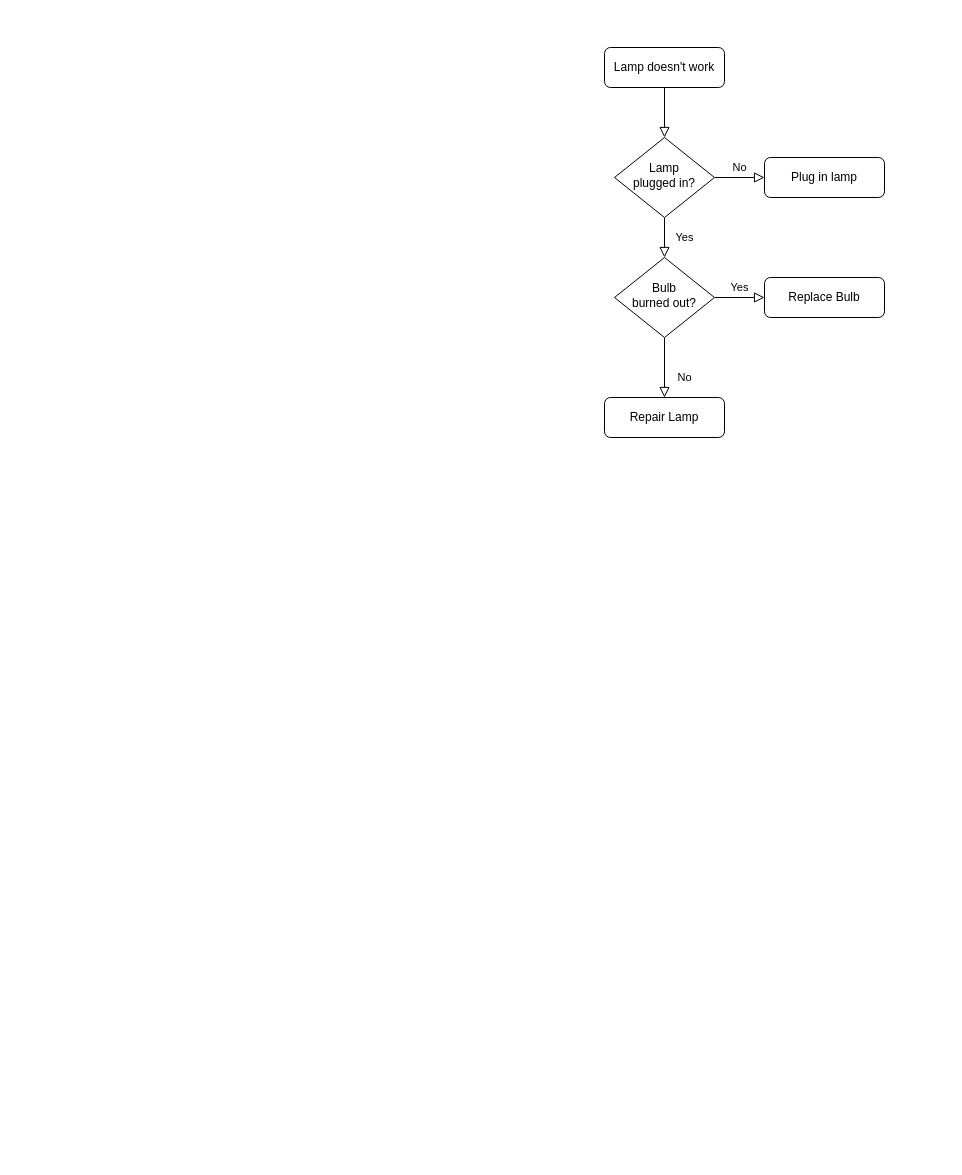
juan22xT/TEA keeps this draw.io diagram as Diagrama sin título.drawio. Above is the earlier version. Source tidied: cells renumbered, new cells numbered last; positions are measured from the earlier drawing's top-left corner, leaving out a move shared by most shapes. Both pictures are drawn from the tidied source at 100%, with x=0, y=0 at pixel (604, 47).
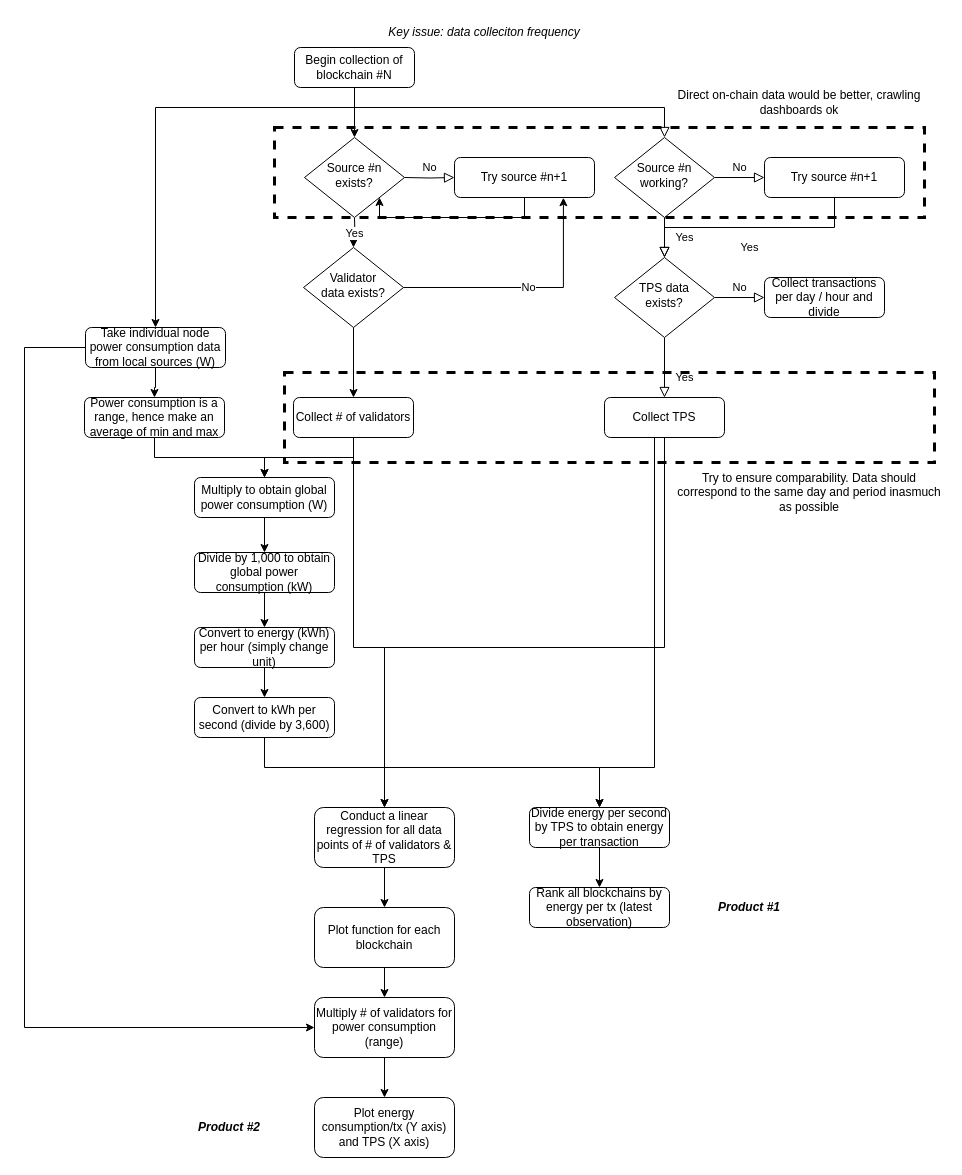
After the change.

Diff of the diagram source:
```diff
@@
     <mxCell id="2" style="rounded=0;html=1;jettySize=auto;fontSize=11;endArrow=block;endFill=0;endSize=8;strokeWidth=1;shadow=0;labelBackgroundColor=none;edgeStyle=orthogonalEdgeStyle;" parent="1" edge="1" source="3" target="6">
-      <mxGeometry relative="1" as="geometry" />
+      <mxGeometry relative="1" as="geometry">
+        <Array as="points">
+          <mxPoint x="-250" y="60" />
+          <mxPoint x="60" y="60" />
+        </Array>
+      </mxGeometry>
     </mxCell>
+    <mxCell id="13" style="edgeStyle=orthogonalEdgeStyle;rounded=0;jettySize=auto;html=1;" parent="1" edge="1" source="3" target="19">
+      <mxGeometry relative="1" as="geometry" />
+    </mxCell>
+    <mxCell id="14" style="edgeStyle=orthogonalEdgeStyle;rounded=0;jettySize=auto;html=1;" parent="1" edge="1" source="3" target="25">
+      <mxGeometry relative="1" as="geometry">
+        <Array as="points">
+          <mxPoint x="-250" y="60" />
+          <mxPoint x="-449" y="60" />
+        </Array>
+      </mxGeometry>
+    </mxCell>
-    <mxCell id="3" value="Lamp doesn't work" style="rounded=1;whiteSpace=wrap;html=1;fontSize=12;glass=0;strokeWidth=1;shadow=0;" parent="1" vertex="1">
-      <mxGeometry width="120" height="40" as="geometry" />
+    <mxCell id="3" value="Begin collection of blockchain #N" style="rounded=1;whiteSpace=wrap;html=1;fontSize=12;glass=0;strokeWidth=1;shadow=0;" parent="1" vertex="1">
+      <mxGeometry x="-310" width="120" height="40" as="geometry" />
     </mxCell>
@@
-    <mxCell id="6" value="Lamp&lt;br&gt;plugged in?" style="rhombus;whiteSpace=wrap;html=1;shadow=0;fontFamily=Helvetica;fontSize=12;align=center;strokeWidth=1;spacing=6;spacingTop=-4;" parent="1" vertex="1">
+    <mxCell id="6" value="Source #n working?" style="rhombus;whiteSpace=wrap;html=1;shadow=0;fontFamily=Helvetica;fontSize=12;align=center;strokeWidth=1;spacing=6;spacingTop=-4;" parent="1" vertex="1">
       <mxGeometry x="10" y="90" width="100" height="80" as="geometry" />
     </mxCell>
-    <mxCell id="7" value="Plug in lamp" style="rounded=1;whiteSpace=wrap;html=1;fontSize=12;glass=0;strokeWidth=1;shadow=0;" parent="1" vertex="1">
-      <mxGeometry x="160" y="110" width="120" height="40" as="geometry" />
+    <mxCell id="7" value="Try source #n+1" style="rounded=1;whiteSpace=wrap;html=1;fontSize=12;glass=0;strokeWidth=1;shadow=0;" parent="1" vertex="1">
+      <mxGeometry x="160" y="110" width="140" height="40" as="geometry" />
     </mxCell>
-    <mxCell id="8" value="No" style="rounded=0;html=1;jettySize=auto;fontSize=11;endArrow=block;endFill=0;endSize=8;strokeWidth=1;shadow=0;labelBackgroundColor=none;edgeStyle=orthogonalEdgeStyle;" parent="1" edge="1" source="10" target="11">
+    <mxCell id="8" value="Yes" style="rounded=0;html=1;jettySize=auto;fontSize=11;endArrow=block;endFill=0;endSize=8;strokeWidth=1;shadow=0;labelBackgroundColor=none;edgeStyle=orthogonalEdgeStyle;" parent="1" edge="1" source="10" target="11">
       <mxGeometry x="0.33" y="20" relative="1" as="geometry" />
     </mxCell>
-    <mxCell id="9" value="Yes" style="edgeStyle=orthogonalEdgeStyle;rounded=0;html=1;jettySize=auto;fontSize=11;endArrow=block;endFill=0;endSize=8;strokeWidth=1;shadow=0;labelBackgroundColor=none;" parent="1" edge="1" source="10" target="12">
+    <mxCell id="9" value="No" style="edgeStyle=orthogonalEdgeStyle;rounded=0;html=1;jettySize=auto;fontSize=11;endArrow=block;endFill=0;endSize=8;strokeWidth=1;shadow=0;labelBackgroundColor=none;" parent="1" edge="1" source="10" target="12">
       <mxGeometry y="10" relative="1" as="geometry" />
     </mxCell>
-    <mxCell id="10" value="Bulb&lt;br&gt;burned out?" style="rhombus;whiteSpace=wrap;html=1;shadow=0;fontFamily=Helvetica;fontSize=12;align=center;strokeWidth=1;spacing=6;spacingTop=-4;" parent="1" vertex="1">
+    <mxCell id="10" value="TPS data exists?" style="rhombus;whiteSpace=wrap;html=1;shadow=0;fontFamily=Helvetica;fontSize=12;align=center;strokeWidth=1;spacing=6;spacingTop=-4;" parent="1" vertex="1">
       <mxGeometry x="10" y="210" width="100" height="80" as="geometry" />
     </mxCell>
+    <mxCell id="15" style="edgeStyle=orthogonalEdgeStyle;rounded=0;jettySize=auto;html=1;entryX=0.5;entryY=0;entryDx=0;entryDy=0;" parent="1" edge="1" source="11" target="42">
+      <mxGeometry relative="1" as="geometry">
+        <Array as="points">
+          <mxPoint x="50" y="720" />
+          <mxPoint x="-5" y="720" />
+        </Array>
+      </mxGeometry>
+    </mxCell>
+    <mxCell id="16" style="edgeStyle=orthogonalEdgeStyle;rounded=0;jettySize=auto;html=1;" parent="1" edge="1" source="11" target="48">
+      <mxGeometry relative="1" as="geometry">
+        <Array as="points">
+          <mxPoint x="60" y="600" />
+          <mxPoint x="-220" y="600" />
+        </Array>
+      </mxGeometry>
+    </mxCell>
-    <mxCell id="11" value="Repair Lamp" style="rounded=1;whiteSpace=wrap;html=1;fontSize=12;glass=0;strokeWidth=1;shadow=0;" parent="1" vertex="1">
+    <mxCell id="11" value="Collect TPS" style="rounded=1;whiteSpace=wrap;html=1;fontSize=12;glass=0;strokeWidth=1;shadow=0;" parent="1" vertex="1">
       <mxGeometry y="350" width="120" height="40" as="geometry" />
     </mxCell>
-    <mxCell id="12" value="Replace Bulb" style="rounded=1;whiteSpace=wrap;html=1;fontSize=12;glass=0;strokeWidth=1;shadow=0;" parent="1" vertex="1">
+    <mxCell id="12" value="Collect transactions per day / hour and divide" style="rounded=1;whiteSpace=wrap;html=1;fontSize=12;glass=0;strokeWidth=1;shadow=0;" parent="1" vertex="1">
       <mxGeometry x="160" y="230" width="120" height="40" as="geometry" />
     </mxCell>
+    <mxCell id="17" value="No" style="edgeStyle=orthogonalEdgeStyle;rounded=0;html=1;jettySize=auto;fontSize=11;endArrow=block;endFill=0;endSize=8;strokeWidth=1;shadow=0;labelBackgroundColor=none;" parent="1" edge="1" target="21">
+      <mxGeometry y="10" relative="1" as="geometry">
+        <mxPoint x="-200" y="130" as="sourcePoint" />
+      </mxGeometry>
+    </mxCell>
+    <mxCell id="18" value="Yes" style="edgeStyle=orthogonalEdgeStyle;rounded=0;jettySize=auto;html=1;" parent="1" edge="1" target="29">
+      <mxGeometry relative="1" as="geometry">
+        <mxPoint x="-250" y="170" as="sourcePoint" />
+      </mxGeometry>
+    </mxCell>
+    <mxCell id="19" value="Source #n exists?" style="rhombus;whiteSpace=wrap;html=1;shadow=0;fontFamily=Helvetica;fontSize=12;align=center;strokeWidth=1;spacing=6;spacingTop=-4;" parent="1" vertex="1">
+      <mxGeometry x="-300" y="90" width="100" height="80" as="geometry" />
+    </mxCell>
+    <mxCell id="20" style="edgeStyle=orthogonalEdgeStyle;rounded=0;jettySize=auto;html=1;entryX=1;entryY=1;entryDx=0;entryDy=0;" parent="1" edge="1" source="21" target="19">
+      <mxGeometry relative="1" as="geometry">
+        <Array as="points">
+          <mxPoint x="-80" y="170" />
+          <mxPoint x="-225" y="170" />
+        </Array>
+      </mxGeometry>
+    </mxCell>
+    <mxCell id="21" value="Try source #n+1" style="rounded=1;whiteSpace=wrap;html=1;fontSize=12;glass=0;strokeWidth=1;shadow=0;" parent="1" vertex="1">
+      <mxGeometry x="-150" y="110" width="140" height="40" as="geometry" />
+    </mxCell>
+    <mxCell id="22" style="edgeStyle=orthogonalEdgeStyle;rounded=0;jettySize=auto;html=1;exitX=0.5;exitY=1;exitDx=0;exitDy=0;" parent="1" edge="1" source="50" target="34">
+      <mxGeometry relative="1" as="geometry" />
+    </mxCell>
+    <mxCell id="23" style="edgeStyle=orthogonalEdgeStyle;rounded=0;jettySize=auto;html=1;" parent="1" edge="1" source="25" target="50">
+      <mxGeometry relative="1" as="geometry" />
+    </mxCell>
+    <mxCell id="24" style="edgeStyle=orthogonalEdgeStyle;rounded=0;jettySize=auto;html=1;entryX=0;entryY=0.5;entryDx=0;entryDy=0;" parent="1" edge="1" source="25" target="55">
+      <mxGeometry relative="1" as="geometry">
+        <Array as="points">
+          <mxPoint x="-580" y="300" />
+          <mxPoint x="-580" y="980" />
+        </Array>
+      </mxGeometry>
+    </mxCell>
+    <mxCell id="25" value="Take individual node power consumption data from local sources (W)" style="rounded=1;whiteSpace=wrap;html=1;fontSize=12;glass=0;strokeWidth=1;shadow=0;" parent="1" vertex="1">
+      <mxGeometry x="-519" y="280" width="140" height="40" as="geometry" />
+    </mxCell>
+    <mxCell id="26" value="Yes" style="rounded=0;html=1;jettySize=auto;fontSize=11;endArrow=block;endFill=0;endSize=8;strokeWidth=1;shadow=0;labelBackgroundColor=none;edgeStyle=orthogonalEdgeStyle;exitX=0.5;exitY=1;exitDx=0;exitDy=0;entryX=0.5;entryY=0;entryDx=0;entryDy=0;" parent="1" edge="1" source="7" target="10">
+      <mxGeometry y="20" relative="1" as="geometry" />
+    </mxCell>
+    <mxCell id="27" value="No" style="edgeStyle=orthogonalEdgeStyle;rounded=0;jettySize=auto;html=1;entryX=0.778;entryY=1.006;entryDx=0;entryDy=0;entryPerimeter=0;" parent="1" edge="1" source="29" target="21">
+      <mxGeometry relative="1" as="geometry" />
+    </mxCell>
+    <mxCell id="28" style="edgeStyle=orthogonalEdgeStyle;rounded=0;jettySize=auto;html=1;" parent="1" edge="1" source="29" target="32">
+      <mxGeometry relative="1" as="geometry" />
+    </mxCell>
+    <mxCell id="29" value="Validator&lt;br&gt;data exists?" style="rhombus;whiteSpace=wrap;html=1;shadow=0;fontFamily=Helvetica;fontSize=12;align=center;strokeWidth=1;spacing=6;spacingTop=-4;" parent="1" vertex="1">
+      <mxGeometry x="-301" y="200" width="100" height="80" as="geometry" />
+    </mxCell>
+    <mxCell id="30" style="edgeStyle=orthogonalEdgeStyle;rounded=0;jettySize=auto;html=1;" parent="1" edge="1" source="32" target="34">
+      <mxGeometry relative="1" as="geometry" />
+    </mxCell>
+    <mxCell id="31" style="edgeStyle=orthogonalEdgeStyle;rounded=0;jettySize=auto;html=1;" parent="1" edge="1" source="32" target="48">
+      <mxGeometry relative="1" as="geometry">
+        <Array as="points">
+          <mxPoint x="-251" y="600" />
+          <mxPoint x="-220" y="600" />
+        </Array>
+      </mxGeometry>
+    </mxCell>
+    <mxCell id="32" value="Collect # of validators" style="rounded=1;whiteSpace=wrap;html=1;fontSize=12;glass=0;strokeWidth=1;shadow=0;" parent="1" vertex="1">
+      <mxGeometry x="-311" y="350" width="120" height="40" as="geometry" />
+    </mxCell>
+    <mxCell id="33" style="edgeStyle=orthogonalEdgeStyle;rounded=0;jettySize=auto;html=1;" parent="1" edge="1" source="34" target="36">
+      <mxGeometry relative="1" as="geometry" />
+    </mxCell>
+    <mxCell id="34" value="Multiply to obtain global power consumption (W)" style="rounded=1;whiteSpace=wrap;html=1;fontSize=12;glass=0;strokeWidth=1;shadow=0;" parent="1" vertex="1">
+      <mxGeometry x="-410" y="430" width="140" height="40" as="geometry" />
+    </mxCell>
+    <mxCell id="35" style="edgeStyle=orthogonalEdgeStyle;rounded=0;jettySize=auto;html=1;" parent="1" edge="1" source="36" target="38">
+      <mxGeometry relative="1" as="geometry" />
+    </mxCell>
+    <mxCell id="36" value="Divide by 1,000 to obtain global power consumption (kW)" style="rounded=1;whiteSpace=wrap;html=1;fontSize=12;glass=0;strokeWidth=1;shadow=0;" parent="1" vertex="1">
+      <mxGeometry x="-410" y="505" width="140" height="40" as="geometry" />
+    </mxCell>
+    <mxCell id="37" style="edgeStyle=orthogonalEdgeStyle;rounded=0;jettySize=auto;html=1;" parent="1" edge="1" source="38" target="40">
+      <mxGeometry relative="1" as="geometry" />
+    </mxCell>
+    <mxCell id="38" value="Convert to energy (kWh) per hour (simply change unit)" style="rounded=1;whiteSpace=wrap;html=1;fontSize=12;glass=0;strokeWidth=1;shadow=0;" parent="1" vertex="1">
+      <mxGeometry x="-410" y="580" width="140" height="40" as="geometry" />
+    </mxCell>
+    <mxCell id="39" style="edgeStyle=orthogonalEdgeStyle;rounded=0;jettySize=auto;html=1;entryX=0.5;entryY=0;entryDx=0;entryDy=0;" parent="1" edge="1" source="40" target="42">
+      <mxGeometry relative="1" as="geometry">
+        <Array as="points">
+          <mxPoint x="-340" y="720" />
+          <mxPoint x="-5" y="720" />
+        </Array>
+      </mxGeometry>
+    </mxCell>
+    <mxCell id="40" value="Convert to kWh per second (divide by 3,600)" style="rounded=1;whiteSpace=wrap;html=1;fontSize=12;glass=0;strokeWidth=1;shadow=0;" parent="1" vertex="1">
+      <mxGeometry x="-410" y="650" width="140" height="40" as="geometry" />
+    </mxCell>
+    <mxCell id="41" style="edgeStyle=orthogonalEdgeStyle;rounded=0;jettySize=auto;html=1;" parent="1" edge="1" source="42" target="43">
+      <mxGeometry relative="1" as="geometry" />
+    </mxCell>
+    <mxCell id="42" value="Divide energy per second by TPS to obtain energy per transaction" style="rounded=1;whiteSpace=wrap;html=1;fontSize=12;glass=0;strokeWidth=1;shadow=0;" parent="1" vertex="1">
+      <mxGeometry x="-75" y="760" width="140" height="40" as="geometry" />
+    </mxCell>
+    <mxCell id="43" value="Rank all blockchains by energy per tx (latest observation)" style="rounded=1;whiteSpace=wrap;html=1;fontSize=12;glass=0;strokeWidth=1;shadow=0;" parent="1" vertex="1">
+      <mxGeometry x="-75" y="840" width="140" height="40" as="geometry" />
+    </mxCell>
+    <mxCell id="44" value="Direct on-chain data would be better, crawling dashboards ok" style="text;html=1;strokeColor=none;fillColor=none;align=center;verticalAlign=middle;whiteSpace=wrap;rounded=0;" parent="1" vertex="1">
+      <mxGeometry x="60" y="40" width="270" height="30" as="geometry" />
+    </mxCell>
+    <mxCell id="45" value="Try to ensure comparability. Data should correspond to the same day and period inasmuch as possible" style="text;html=1;strokeColor=none;fillColor=none;align=center;verticalAlign=middle;whiteSpace=wrap;rounded=0;" parent="1" vertex="1">
+      <mxGeometry x="70" y="430" width="270" height="30" as="geometry" />
+    </mxCell>
+    <mxCell id="46" value="Product #2" style="text;html=1;strokeColor=none;fillColor=none;align=center;verticalAlign=middle;whiteSpace=wrap;rounded=0;fontStyle=3;" parent="1" vertex="1">
+      <mxGeometry x="-440" y="1065" width="130" height="30" as="geometry" />
+    </mxCell>
+    <mxCell id="47" style="edgeStyle=orthogonalEdgeStyle;rounded=0;jettySize=auto;html=1;" parent="1" edge="1" source="48" target="53">
+      <mxGeometry relative="1" as="geometry" />
+    </mxCell>
+    <mxCell id="48" value="Conduct a linear regression for all data points of # of validators &amp;amp; TPS" style="rounded=1;whiteSpace=wrap;html=1;fontSize=12;glass=0;strokeWidth=1;shadow=0;" parent="1" vertex="1">
+      <mxGeometry x="-290" y="760" width="140" height="60" as="geometry" />
+    </mxCell>
+    <mxCell id="49" style="rounded=0;whiteSpace=wrap;html=1;dashed=1;fillColor=none;strokeWidth=3;" parent="1" vertex="1">
+      <mxGeometry x="-330" y="80" width="650" height="90" as="geometry" />
+    </mxCell>
+    <mxCell id="50" value="Power consumption is a range, hence make an average of min and max" style="rounded=1;whiteSpace=wrap;html=1;fontSize=12;glass=0;strokeWidth=1;shadow=0;" parent="1" vertex="1">
+      <mxGeometry x="-520" y="350" width="140" height="40" as="geometry" />
+    </mxCell>
+    <mxCell id="51" style="rounded=0;whiteSpace=wrap;html=1;dashed=1;fillColor=none;strokeWidth=3;" parent="1" vertex="1">
+      <mxGeometry x="-320" y="325" width="650" height="90" as="geometry" />
+    </mxCell>
+    <mxCell id="52" style="edgeStyle=orthogonalEdgeStyle;rounded=0;jettySize=auto;html=1;" parent="1" edge="1" source="53" target="55">
+      <mxGeometry relative="1" as="geometry" />
+    </mxCell>
+    <mxCell id="53" value="Plot function for each blockchain" style="rounded=1;whiteSpace=wrap;html=1;fontSize=12;glass=0;strokeWidth=1;shadow=0;" parent="1" vertex="1">
+      <mxGeometry x="-290" y="860" width="140" height="60" as="geometry" />
+    </mxCell>
+    <mxCell id="54" style="edgeStyle=orthogonalEdgeStyle;rounded=0;jettySize=auto;html=1;" parent="1" edge="1" source="55" target="56">
+      <mxGeometry relative="1" as="geometry" />
+    </mxCell>
+    <mxCell id="55" value="Multiply # of validators for power consumption (range)" style="rounded=1;whiteSpace=wrap;html=1;fontSize=12;glass=0;strokeWidth=1;shadow=0;" parent="1" vertex="1">
+      <mxGeometry x="-290" y="950" width="140" height="60" as="geometry" />
+    </mxCell>
+    <mxCell id="56" value="Plot energy consumption/tx (Y axis) and TPS (X axis)" style="rounded=1;whiteSpace=wrap;html=1;fontSize=12;glass=0;strokeWidth=1;shadow=0;" parent="1" vertex="1">
+      <mxGeometry x="-290" y="1050" width="140" height="60" as="geometry" />
+    </mxCell>
+    <mxCell id="57" value="Product #1" style="text;html=1;strokeColor=none;fillColor=none;align=center;verticalAlign=middle;whiteSpace=wrap;rounded=0;fontStyle=3;" parent="1" vertex="1">
+      <mxGeometry x="80" y="845" width="130" height="30" as="geometry" />
+    </mxCell>
+    <mxCell id="58" value="&lt;i&gt;Key issue: data colleciton frequency&lt;/i&gt;" style="text;html=1;strokeColor=none;fillColor=none;align=center;verticalAlign=middle;whiteSpace=wrap;rounded=0;" parent="1" vertex="1">
+      <mxGeometry x="-220" y="-30" width="200" height="30" as="geometry" />
+    </mxCell>
```
